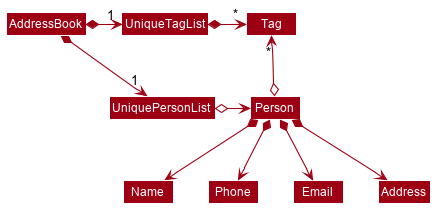
Earlier version of the PlantUML export docs/images/BetterModelClassDiagram.png (nus-cs2103-AY2021S2/tp).
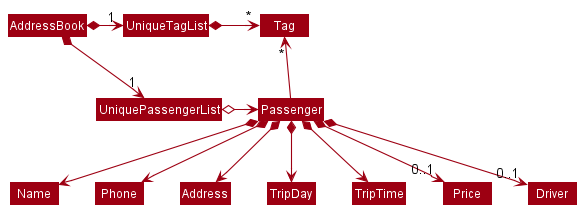
The same file after the commit.

Diff of the diagram source:
```diff
@@ -1,68 +1,24 @@
 @startuml
+!include style.puml
+skinparam arrowThickness 1.1
+skinparam arrowColor MODEL_COLOR
+skinparam classBackgroundColor MODEL_COLOR
 
-
-
-
-
-
-
-
-skinparam BackgroundColor #FFFFFFF
-
-skinparam Shadowing false
-
-skinparam Class {
-    FontColor #FFFFFF
-    BorderThickness 1
-    BorderColor #FFFFFF
-    StereotypeFontColor #FFFFFF
-    FontName Arial
-}
-
-skinparam Actor {
-    BorderColor #000000
-    Color #000000
-    FontName Arial
-}
-
-skinparam Sequence {
-    MessageAlign center
-    BoxFontSize 15
-    BoxPadding 0
-    BoxFontColor #FFFFFF
-    FontName Arial
-}
-
-skinparam Participant {
-    FontColor #FFFFFFF
-    Padding 20
-}
-
-skinparam MinClassWidth 50
-skinparam ParticipantPadding 10
-skinparam Shadowing false
-skinparam DefaultTextAlignment center
-skinparam packageStyle Rectangle
-
-hide footbox
-hide members
-hide circle
-skinparam arrowThickness 1.1
-skinparam arrowColor #9D0012
-skinparam classBackgroundColor #9D0012
-
-AddressBook *-right-> "1" UniquePersonList
+AddressBook *-right-> "1" UniquePassengerList
 AddressBook *-right-> "1" UniqueTagList
-UniqueTagList -[hidden]down- UniquePersonList
-UniqueTagList -[hidden]down- UniquePersonList
+UniqueTagList -[hidden]down- UniquePassengerList
+UniqueTagList -[hidden]down- UniquePassengerList
 
 UniqueTagList *-right-> "*" Tag
-UniquePersonList o-right-> Person
+UniquePassengerList o-right-> Passenger
 
-Person o-up-> "*" Tag
+Passenger -up-> "*" Tag
 
-Person *--> Name
-Person *--> Phone
-Person *--> Email
-Person *--> Address
+Passenger *--> Name
+Passenger *--> Phone
+Passenger *--> Address
+Passenger *--> TripDay
+Passenger *--> TripTime
+Passenger *--> "0..1" Price
+Passenger *--> "0..1" Driver
 @enduml
```
